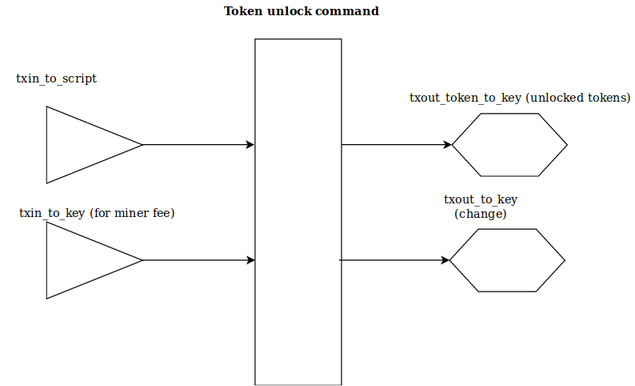
Before: AdvancedFunctionality/TokenUnlock.png, a diagram exported from draw.io (safex/wiki). Source tidied: cells renumbered, new cells last; positions are measured from the earlier drawing's top-left corner, leaving out a move shared by most shapes. Its diagram source:
```xml
<mxGraphModel>
  <root>
    <mxCell id="0" />
    <mxCell id="1" parent="0" />
    <mxCell id="2" style="edgeStyle=orthogonalEdgeStyle;rounded=0;jettySize=auto;html=1;entryX=0;entryY=0.5;entryDx=0;entryDy=0;" parent="1" edge="1" target="9">
      <mxGeometry relative="1" as="geometry">
        <mxPoint x="355" y="150" as="sourcePoint" />
        <Array as="points">
          <mxPoint x="400" y="150" />
          <mxPoint x="400" y="150" />
        </Array>
      </mxGeometry>
    </mxCell>
    <mxCell id="3" style="rounded=0;whiteSpace=wrap;html=1;" parent="1" vertex="1">
      <mxGeometry x="265" y="40" width="90" height="360" as="geometry" />
    </mxCell>
    <mxCell id="4" style="edgeStyle=orthogonalEdgeStyle;rounded=0;jettySize=auto;html=1;" parent="1" edge="1" source="5">
      <mxGeometry relative="1" as="geometry">
        <mxPoint x="264" y="150" as="targetPoint" />
        <Array as="points">
          <mxPoint x="264" y="150" />
        </Array>
      </mxGeometry>
    </mxCell>
    <mxCell id="5" style="triangle;whiteSpace=wrap;html=1;" parent="1" vertex="1">
      <mxGeometry x="48" y="110" width="100" height="80" as="geometry" />
    </mxCell>
    <mxCell id="6" style="edgeStyle=orthogonalEdgeStyle;rounded=0;jettySize=auto;html=1;" parent="1" edge="1" source="7">
      <mxGeometry relative="1" as="geometry">
        <mxPoint x="265" y="270" as="targetPoint" />
        <Array as="points">
          <mxPoint x="265" y="270" />
        </Array>
      </mxGeometry>
    </mxCell>
    <mxCell id="7" style="triangle;whiteSpace=wrap;html=1;" parent="1" vertex="1">
      <mxGeometry x="48" y="230" width="100" height="80" as="geometry" />
    </mxCell>
    <mxCell id="8" value="txin_to_key (for miner fee)" style="text;html=1;strokeColor=none;fillColor=none;align=center;verticalAlign=middle;whiteSpace=wrap;rounded=0;" parent="1" vertex="1">
      <mxGeometry y="210" width="200" height="20" as="geometry" />
    </mxCell>
    <mxCell id="9" style="shape=hexagon;perimeter=hexagonPerimeter2;whiteSpace=wrap;html=1;" parent="1" vertex="1">
      <mxGeometry x="470" y="117.5" width="120" height="65" as="geometry" />
    </mxCell>
    <mxCell id="10" value="&lt;div&gt;txout_token_to_key (unlocked tokens)&lt;br&gt;&lt;/div&gt;" style="text;html=1;strokeColor=none;fillColor=none;align=center;verticalAlign=middle;whiteSpace=wrap;rounded=0;" parent="1" vertex="1">
      <mxGeometry x="420" y="90" width="240" height="20" as="geometry" />
    </mxCell>
    <mxCell id="11" style="edgeStyle=orthogonalEdgeStyle;rounded=0;jettySize=auto;html=1;entryX=0;entryY=0.5;entryDx=0;entryDy=0;" parent="1" edge="1" target="12">
      <mxGeometry relative="1" as="geometry">
        <mxPoint x="352.5" y="270" as="sourcePoint" />
        <Array as="points">
          <mxPoint x="397.5" y="270" />
          <mxPoint x="397.5" y="270" />
        </Array>
      </mxGeometry>
    </mxCell>
    <mxCell id="12" style="shape=hexagon;perimeter=hexagonPerimeter2;whiteSpace=wrap;html=1;" parent="1" vertex="1">
      <mxGeometry x="467.5" y="237.5" width="120" height="65" as="geometry" />
    </mxCell>
    <mxCell id="13" value="&lt;div&gt;txout_to_key&lt;/div&gt;&lt;div&gt;(change)&lt;/div&gt;&lt;div&gt;&lt;br&gt;&lt;/div&gt;" style="text;html=1;strokeColor=none;fillColor=none;align=center;verticalAlign=middle;whiteSpace=wrap;rounded=0;" parent="1" vertex="1">
      <mxGeometry x="480" y="210" width="40" height="20" as="geometry" />
    </mxCell>
    <mxCell id="14" value="Token unlock command" style="text;html=1;strokeColor=none;fillColor=none;align=center;verticalAlign=middle;whiteSpace=wrap;rounded=0;fontStyle=1;" parent="1" vertex="1">
      <mxGeometry x="220" width="185" height="20" as="geometry" />
    </mxCell>
    <mxCell id="15" value="txin_to_script" style="text;html=1;strokeColor=none;fillColor=none;align=center;verticalAlign=middle;whiteSpace=wrap;rounded=0;" parent="1" vertex="1">
      <mxGeometry x="38" y="70" width="40" height="20" as="geometry" />
    </mxCell>
  </root>
</mxGraphModel>
```
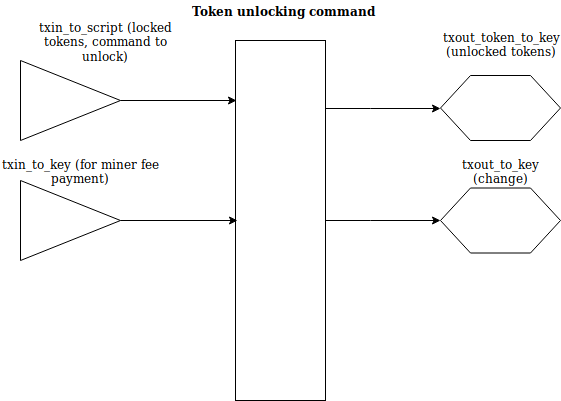
After the change.

Commit message:
Add token collect

Diff of the diagram source:
```diff
@@ -2,12 +2,20 @@
   <root>
     <mxCell id="0" />
     <mxCell id="1" parent="0" />
+    <mxCell id="16" style="edgeStyle=orthogonalEdgeStyle;rounded=0;jettySize=auto;html=1;entryX=0;entryY=0.5;entryDx=0;entryDy=0;" parent="1" edge="1" source="3" target="18">
+      <mxGeometry relative="1" as="geometry">
+        <Array as="points">
+          <mxPoint x="400" y="108" />
+          <mxPoint x="400" y="108" />
+        </Array>
+      </mxGeometry>
+    </mxCell>
     <mxCell id="2" style="edgeStyle=orthogonalEdgeStyle;rounded=0;jettySize=auto;html=1;entryX=0;entryY=0.5;entryDx=0;entryDy=0;" parent="1" edge="1" target="9">
       <mxGeometry relative="1" as="geometry">
-        <mxPoint x="355" y="150" as="sourcePoint" />
+        <mxPoint x="355" y="220" as="sourcePoint" />
         <Array as="points">
-          <mxPoint x="400" y="150" />
-          <mxPoint x="400" y="150" />
+          <mxPoint x="400" y="220" />
+          <mxPoint x="400" y="220" />
         </Array>
       </mxGeometry>
     </mxCell>
@@ -16,55 +24,46 @@
     </mxCell>
     <mxCell id="4" style="edgeStyle=orthogonalEdgeStyle;rounded=0;jettySize=auto;html=1;" parent="1" edge="1" source="5">
       <mxGeometry relative="1" as="geometry">
-        <mxPoint x="264" y="150" as="targetPoint" />
+        <mxPoint x="266" y="100" as="targetPoint" />
         <Array as="points">
-          <mxPoint x="264" y="150" />
+          <mxPoint x="266" y="100" />
         </Array>
       </mxGeometry>
     </mxCell>
     <mxCell id="5" style="triangle;whiteSpace=wrap;html=1;" parent="1" vertex="1">
-      <mxGeometry x="48" y="110" width="100" height="80" as="geometry" />
+      <mxGeometry x="50" y="60" width="100" height="80" as="geometry" />
     </mxCell>
+    <mxCell id="17" value="txin_to_script (locked tokens, command to unlock)" style="text;html=1;strokeColor=none;fillColor=none;align=center;verticalAlign=middle;whiteSpace=wrap;rounded=0;" parent="1" vertex="1">
+      <mxGeometry x="50" y="30" width="170" height="20" as="geometry" />
+    </mxCell>
     <mxCell id="6" style="edgeStyle=orthogonalEdgeStyle;rounded=0;jettySize=auto;html=1;" parent="1" edge="1" source="7">
       <mxGeometry relative="1" as="geometry">
-        <mxPoint x="265" y="270" as="targetPoint" />
+        <mxPoint x="267" y="220" as="targetPoint" />
         <Array as="points">
-          <mxPoint x="265" y="270" />
+          <mxPoint x="267" y="220" />
         </Array>
       </mxGeometry>
     </mxCell>
     <mxCell id="7" style="triangle;whiteSpace=wrap;html=1;" parent="1" vertex="1">
-      <mxGeometry x="48" y="230" width="100" height="80" as="geometry" />
+      <mxGeometry x="50" y="180" width="100" height="80" as="geometry" />
     </mxCell>
-    <mxCell id="8" value="txin_to_key (for miner fee)" style="text;html=1;strokeColor=none;fillColor=none;align=center;verticalAlign=middle;whiteSpace=wrap;rounded=0;" parent="1" vertex="1">
-      <mxGeometry y="210" width="200" height="20" as="geometry" />
+    <mxCell id="8" value="txin_to_key (for miner fee payment)" style="text;html=1;strokeColor=none;fillColor=none;align=center;verticalAlign=middle;whiteSpace=wrap;rounded=0;" parent="1" vertex="1">
+      <mxGeometry x="30" y="160" width="160" height="20" as="geometry" />
     </mxCell>
+    <mxCell id="18" style="shape=hexagon;perimeter=hexagonPerimeter2;whiteSpace=wrap;html=1;" parent="1" vertex="1">
+      <mxGeometry x="470" y="75" width="120" height="65" as="geometry" />
+    </mxCell>
     <mxCell id="9" style="shape=hexagon;perimeter=hexagonPerimeter2;whiteSpace=wrap;html=1;" parent="1" vertex="1">
-      <mxGeometry x="470" y="117.5" width="120" height="65" as="geometry" />
+      <mxGeometry x="470" y="187.5" width="120" height="65" as="geometry" />
     </mxCell>
-    <mxCell id="10" value="&lt;div&gt;txout_token_to_key (unlocked tokens)&lt;br&gt;&lt;/div&gt;" style="text;html=1;strokeColor=none;fillColor=none;align=center;verticalAlign=middle;whiteSpace=wrap;rounded=0;" parent="1" vertex="1">
-      <mxGeometry x="420" y="90" width="240" height="20" as="geometry" />
+    <mxCell id="10" value="&lt;div&gt;txout_token_to_key&lt;/div&gt;&lt;div&gt;(unlocked tokens)&lt;/div&gt;&lt;div&gt;&lt;br&gt;&lt;/div&gt;" style="text;html=1;strokeColor=none;fillColor=none;align=center;verticalAlign=middle;whiteSpace=wrap;rounded=0;" parent="1" vertex="1">
+      <mxGeometry x="475" y="40" width="110" height="20" as="geometry" />
     </mxCell>
-    <mxCell id="11" style="edgeStyle=orthogonalEdgeStyle;rounded=0;jettySize=auto;html=1;entryX=0;entryY=0.5;entryDx=0;entryDy=0;" parent="1" edge="1" target="12">
-      <mxGeometry relative="1" as="geometry">
-        <mxPoint x="352.5" y="270" as="sourcePoint" />
-        <Array as="points">
-          <mxPoint x="397.5" y="270" />
-          <mxPoint x="397.5" y="270" />
-        </Array>
-      </mxGeometry>
-    </mxCell>
-    <mxCell id="12" style="shape=hexagon;perimeter=hexagonPerimeter2;whiteSpace=wrap;html=1;" parent="1" vertex="1">
-      <mxGeometry x="467.5" y="237.5" width="120" height="65" as="geometry" />
-    </mxCell>
     <mxCell id="13" value="&lt;div&gt;txout_to_key&lt;/div&gt;&lt;div&gt;(change)&lt;/div&gt;&lt;div&gt;&lt;br&gt;&lt;/div&gt;" style="text;html=1;strokeColor=none;fillColor=none;align=center;verticalAlign=middle;whiteSpace=wrap;rounded=0;" parent="1" vertex="1">
-      <mxGeometry x="480" y="210" width="40" height="20" as="geometry" />
+      <mxGeometry x="510" y="167.5" width="40" height="20" as="geometry" />
     </mxCell>
-    <mxCell id="14" value="Token unlock command" style="text;html=1;strokeColor=none;fillColor=none;align=center;verticalAlign=middle;whiteSpace=wrap;rounded=0;fontStyle=1;" parent="1" vertex="1">
+    <mxCell id="14" value="Token unlocking command" style="text;html=1;strokeColor=none;fillColor=none;align=center;verticalAlign=middle;whiteSpace=wrap;rounded=0;fontStyle=1;" parent="1" vertex="1">
       <mxGeometry x="220" width="185" height="20" as="geometry" />
     </mxCell>
-    <mxCell id="15" value="txin_to_script" style="text;html=1;strokeColor=none;fillColor=none;align=center;verticalAlign=middle;whiteSpace=wrap;rounded=0;" parent="1" vertex="1">
-      <mxGeometry x="38" y="70" width="40" height="20" as="geometry" />
-    </mxCell>
   </root>
 </mxGraphModel>
```
